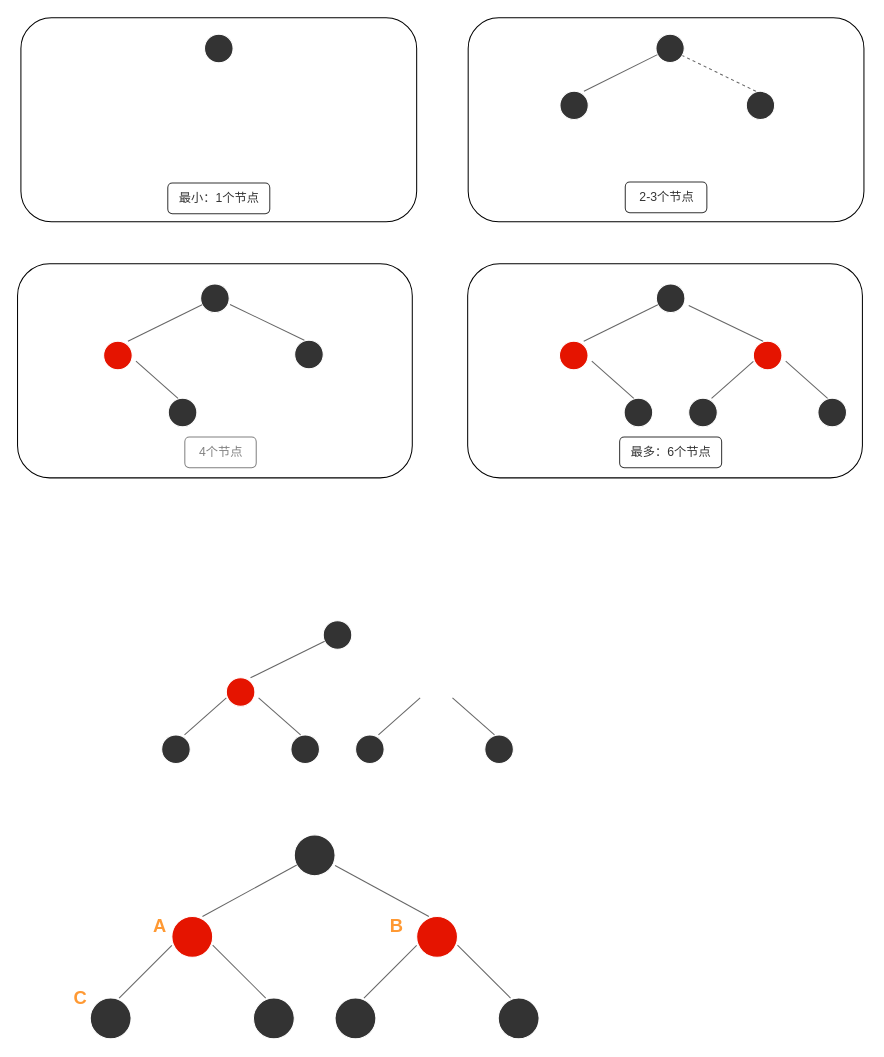
Before: 未命名绘图.drawio in GEDYBOY/gedy, a draw.io diagram. Source tidied: cells renumbered, new cells numbered last; positions are measured from the earlier drawing's top-left corner, leaving out a move shared by most shapes. Both pictures are drawn from the tidied source at 102%, with x=0, y=0 at pixel (17, 17).
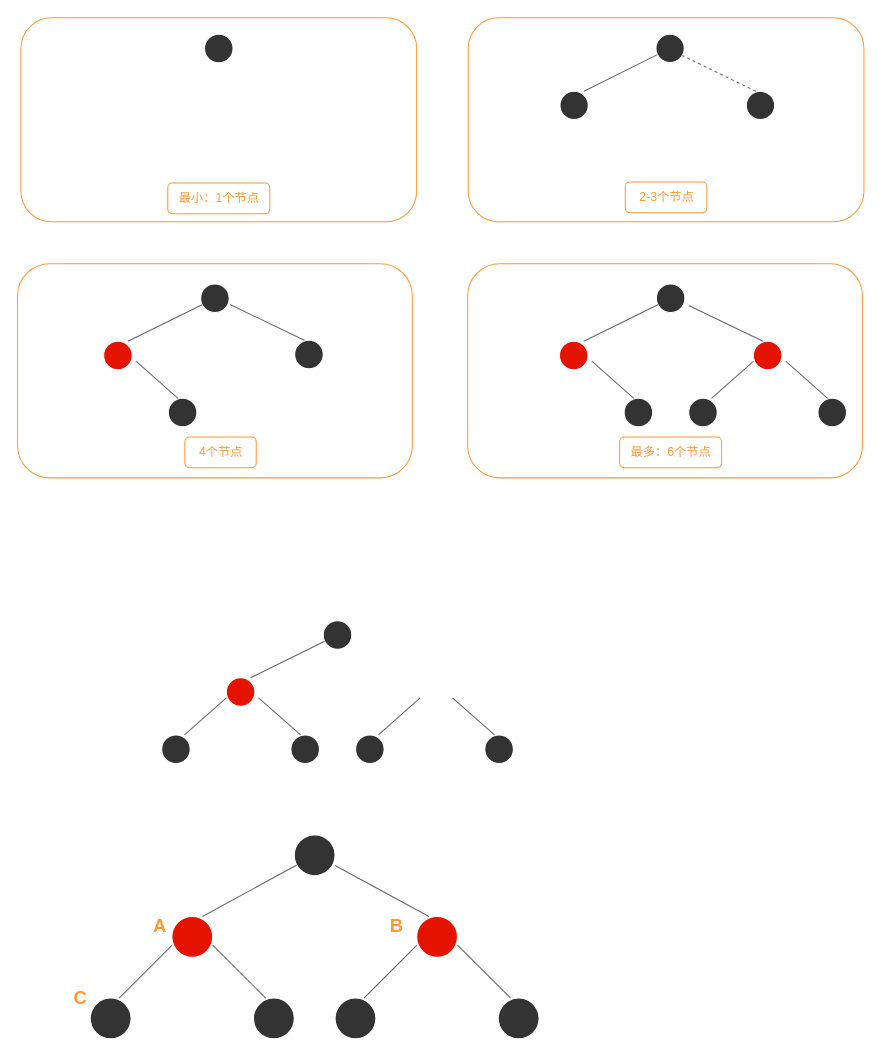
The same page after the edit.

Commit message:
更新未命名绘图.drawio

The change refers to these unchanged cells:
```xml
<mxCell id="52" style="group;" parent="1" vertex="1">
  <mxGeometry x="531.5" y="16" width="300" height="184" as="geometry" />
</mxCell>
```

Change to the diagram source:
```diff
@@
-    <mxCell id="2" style="rounded=1;whiteSpace=wrap;html=1;fillColor=none;" parent="1" vertex="1">
+    <mxCell id="2" style="rounded=1;whiteSpace=wrap;html=1;fillColor=none;strokeColor=#FF9933;" parent="1" vertex="1">
       <mxGeometry x="-0.3" y="241" width="387" height="210" as="geometry" />
     </mxCell>
-    <mxCell id="3" style="rounded=1;whiteSpace=wrap;html=1;fillColor=none;" parent="1" vertex="1">
+    <mxCell id="3" style="rounded=1;whiteSpace=wrap;html=1;fillColor=none;strokeColor=#FF9933;" parent="1" vertex="1">
       <mxGeometry x="3" width="388" height="200" as="geometry" />
     </mxCell>
-    <mxCell id="4" style="rounded=1;whiteSpace=wrap;html=1;fillColor=none;" parent="1" vertex="1">
+    <mxCell id="4" style="rounded=1;whiteSpace=wrap;html=1;fillColor=none;strokeColor=#FF9933;" parent="1" vertex="1">
       <mxGeometry x="441" y="241" width="387" height="210" as="geometry" />
     </mxCell>
@@
-    <mxCell id="50" value="&lt;font color=&quot;#333333&quot;&gt;最小：1个节点&lt;/font&gt;" style="text;html=1;align=center;verticalAlign=middle;strokeColor=#333333;fillColor=none;perimeterSpacing=45;rounded=1;" parent="1" vertex="1">
+    <mxCell id="50" value="&lt;font color=&quot;#ff9933&quot;&gt;最小：1个节点&lt;/font&gt;" style="text;html=1;align=center;verticalAlign=middle;strokeColor=#FF9933;fillColor=none;perimeterSpacing=45;rounded=1;" parent="1" vertex="1">
       <mxGeometry x="147" y="162" width="100" height="30" as="geometry" />
     </mxCell>
-    <mxCell id="51" value="&lt;font color=&quot;#333333&quot;&gt;最多：6个节点&lt;/font&gt;" style="text;html=1;align=center;verticalAlign=middle;strokeColor=#333333;fillColor=none;perimeterSpacing=45;rounded=1;" parent="1" vertex="1">
+    <mxCell id="51" value="&lt;font color=&quot;#ff9933&quot;&gt;最多：6个节点&lt;/font&gt;" style="text;html=1;align=center;verticalAlign=middle;strokeColor=#FF9933;fillColor=none;perimeterSpacing=45;rounded=1;" parent="1" vertex="1">
       <mxGeometry x="590" y="411" width="100" height="30" as="geometry" />
     </mxCell>
@@
-    <mxCell id="58" style="rounded=1;whiteSpace=wrap;html=1;fillColor=none;" parent="52" vertex="1">
+    <mxCell id="58" style="rounded=1;whiteSpace=wrap;html=1;fillColor=none;strokeColor=#FF9933;" parent="52" vertex="1">
       <mxGeometry x="-90" y="-16" width="388" height="200" as="geometry" />
     </mxCell>
-    <mxCell id="59" value="&lt;font color=&quot;#333333&quot;&gt;2-3个节点&lt;/font&gt;" style="text;html=1;align=center;verticalAlign=middle;strokeColor=#333333;fillColor=none;perimeterSpacing=45;rounded=1;" parent="52" vertex="1">
+    <mxCell id="59" value="&lt;font color=&quot;#ff9933&quot;&gt;2-3个节点&lt;/font&gt;" style="text;html=1;align=center;verticalAlign=middle;strokeColor=#FF9933;fillColor=none;perimeterSpacing=45;rounded=1;" parent="52" vertex="1">
       <mxGeometry x="64" y="145" width="80" height="30" as="geometry" />
     </mxCell>
@@
-    <mxCell id="62" value="&lt;font color=&quot;#808080&quot;&gt;4个节点&lt;/font&gt;" style="text;html=1;align=center;verticalAlign=middle;strokeColor=#808080;fillColor=none;perimeterSpacing=45;rounded=1;" parent="1" vertex="1">
+    <mxCell id="62" value="&lt;font color=&quot;#ff9933&quot;&gt;4个节点&lt;/font&gt;" style="text;html=1;align=center;verticalAlign=middle;strokeColor=#FF9933;fillColor=none;perimeterSpacing=45;rounded=1;" parent="1" vertex="1">
       <mxGeometry x="163.7" y="411" width="70" height="30" as="geometry" />
     </mxCell>
```
